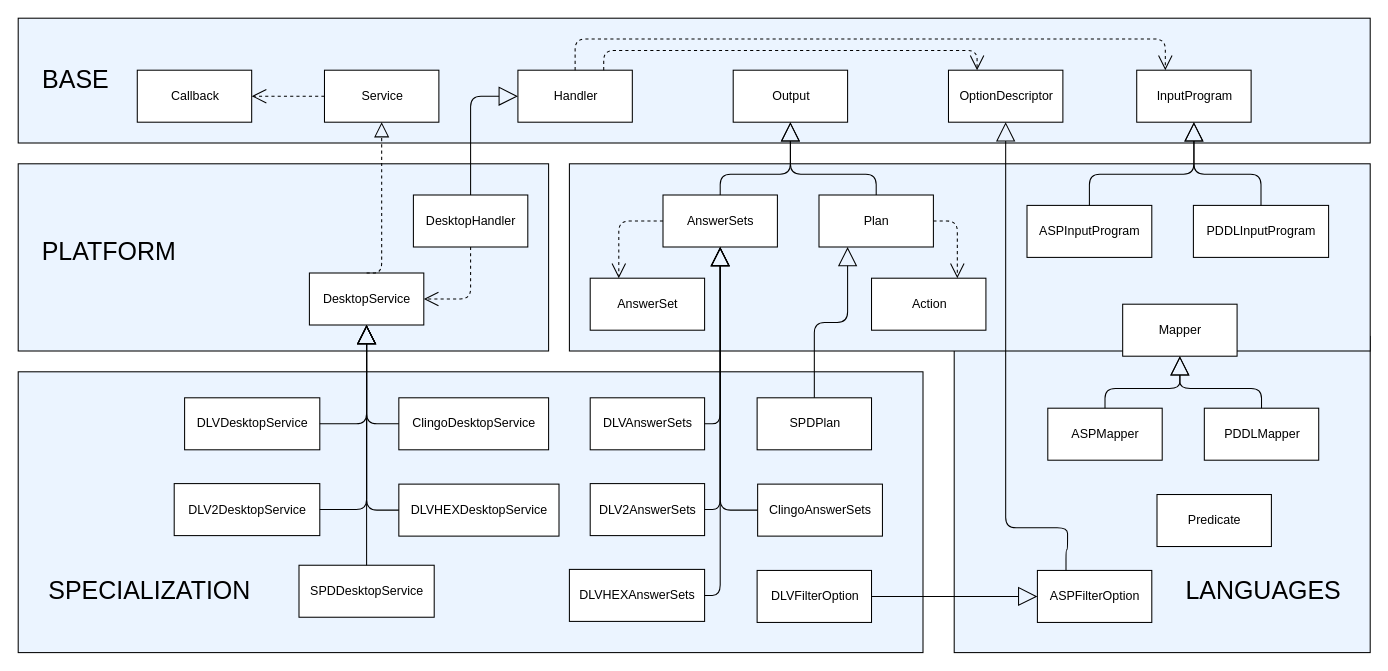
MarcoBellizzi/Tirocinio keeps this draw.io diagram as Documentazione/diagrammi_drawio/python.drawio. Above is the earlier version. Source tidied: cells renumbered, new cells numbered last; positions are measured from the earlier drawing's top-left corner, leaving out a move shared by most shapes. Both pictures are drawn from the tidied source at 104%, with x=0, y=0 at pixel (18, 18).
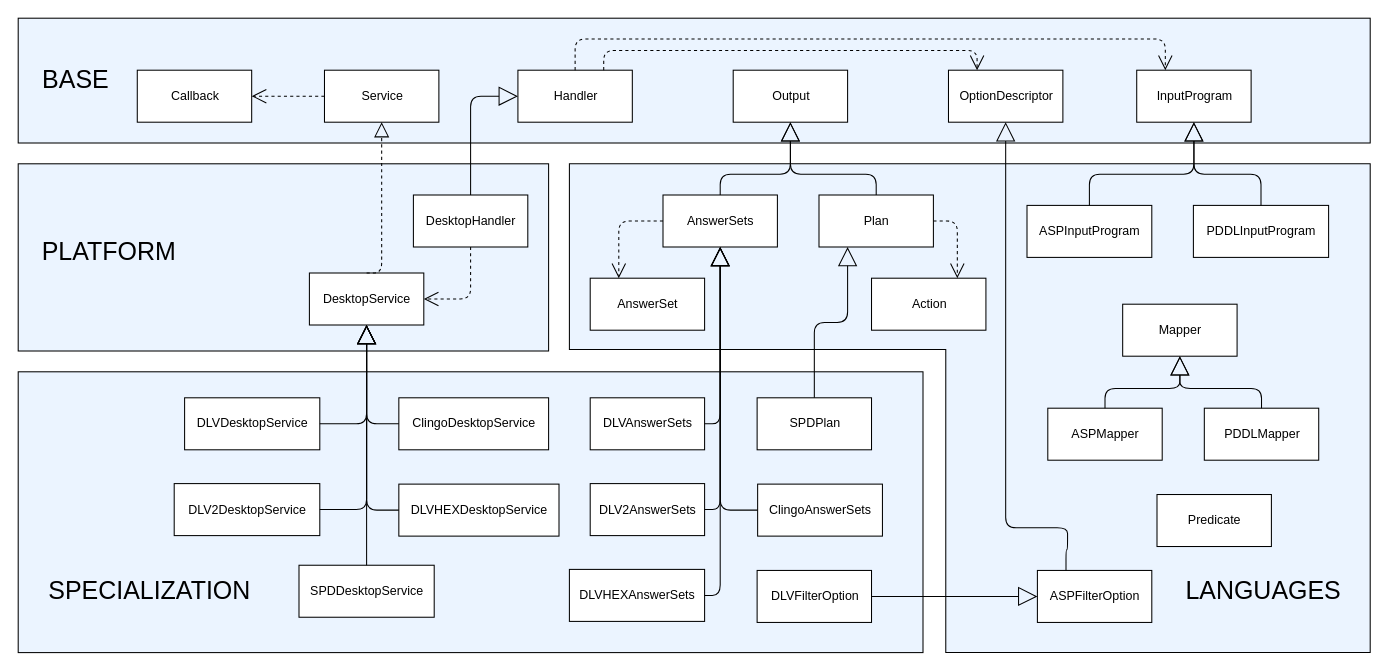
Above is the later version.

Change to the diagram source:
```diff
@@
-    <mxCell id="2" style="whiteSpace=wrap;html=1;fillColor=#EBF4FF;" parent="1" vertex="1">
-      <mxGeometry x="900" y="306" width="400" height="304" as="geometry" />
-    </mxCell>
-    <mxCell id="3" style="whiteSpace=wrap;html=1;fillColor=#EBF4FF;" parent="1" vertex="1">
-      <mxGeometry x="530" y="140" width="770" height="180" as="geometry" />
-    </mxCell>
+    <mxCell id="67" style="verticalLabelPosition=bottom;verticalAlign=top;html=1;shape=mxgraph.basic.polygon;polyCoords=[[0.25,0],[0.75,0],[1,0],[1,1],[0.47,1],[0.47,0.38],[0,0.38],[0,0]];polyline=0;fillColor=#EBF4FF;" parent="1" vertex="1">
+      <mxGeometry x="530" y="140" width="770" height="470" as="geometry" />
+    </mxCell>
```
